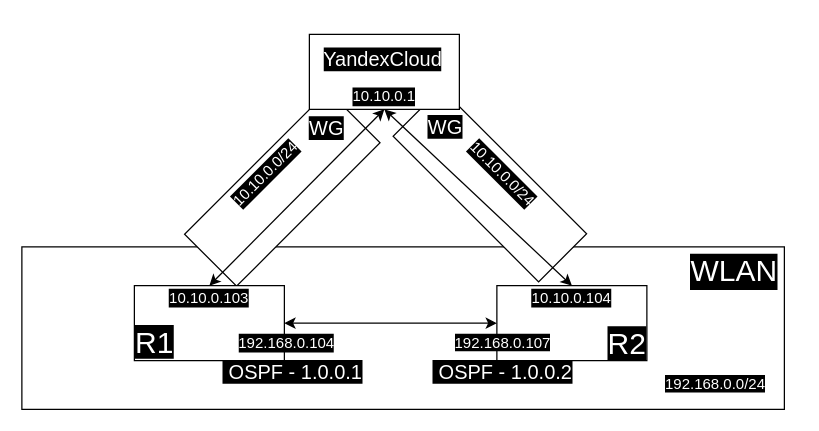
Earlier version of the draw.io diagram lab2/diagram.drawio (Artemchikus/2022_2023-network_programming-k34202-filippov_a_a). Source tidied: cells renumbered, new cells numbered last; positions are measured from the earlier drawing's top-left corner, leaving out a move shared by most shapes. Both pictures are drawn from the tidied source at 125%, with x=0, y=0 at pixel (21, 21).
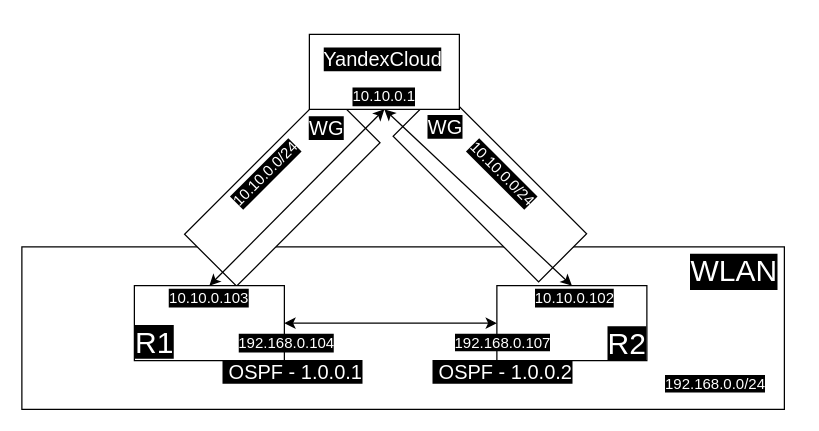
The same page after the edit.

Change to the diagram source:
```diff
@@
-    <mxCell id="17" value="10.10.0.104" style="text;html=1;strokeColor=none;fillColor=none;align=center;verticalAlign=middle;whiteSpace=wrap;rounded=0;fontColor=#FFFFFF;labelBackgroundColor=#000000;" parent="1" vertex="1">
-      <mxGeometry x="405" y="201" width="70" height="40" as="geometry" />
+    <mxCell id="17" value="10.10.0.102" style="text;html=1;strokeColor=none;fillColor=none;align=center;verticalAlign=middle;whiteSpace=wrap;rounded=0;fontColor=#FFFFFF;labelBackgroundColor=#000000;" parent="1" vertex="1">
+      <mxGeometry x="405" y="201" width="75" height="40" as="geometry" />
     </mxCell>
```
